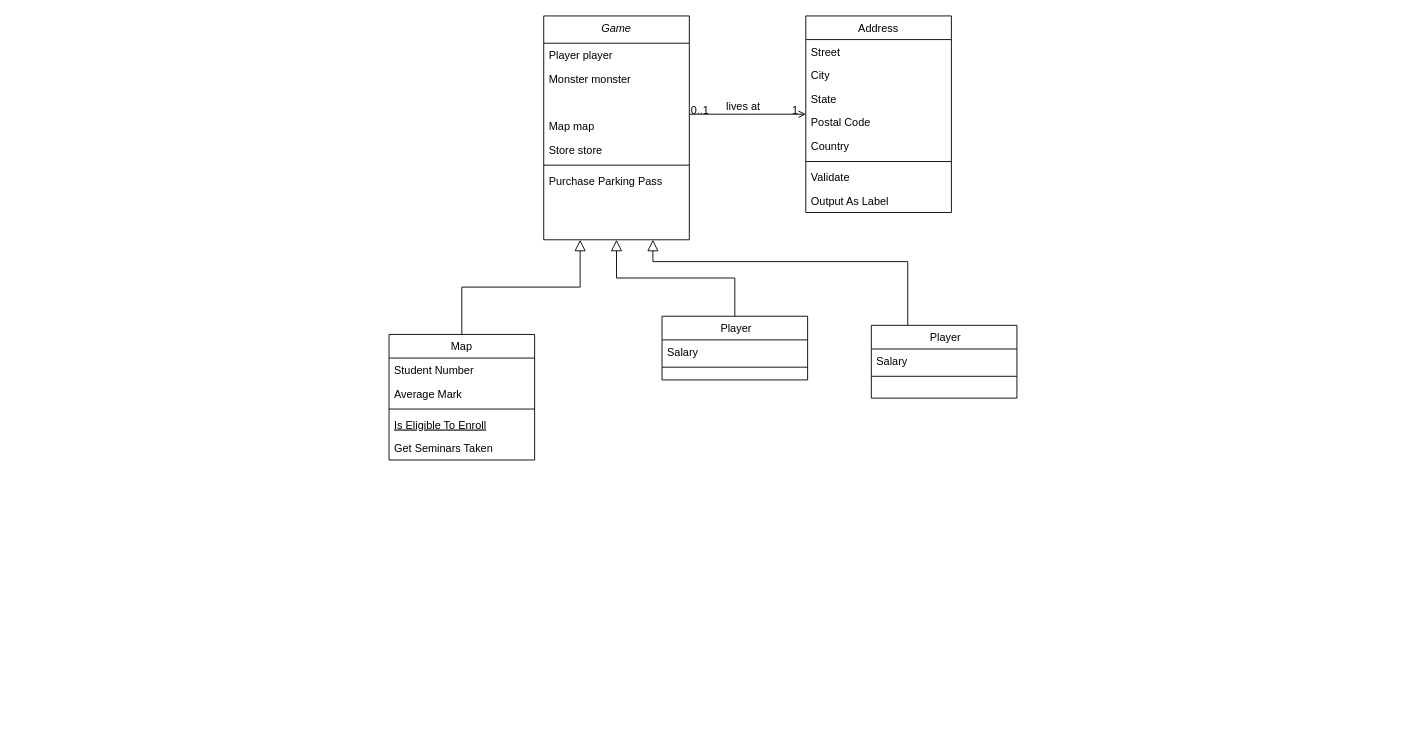
Above: 名称未設定ファイル.drawio in ns2pole/rpg_mini_game_1 (draw.io), before the change. Source tidied: cells renumbered, new cells numbered last; positions are measured from the earlier drawing's top-left corner, leaving out a move shared by most shapes. Both pictures are drawn from the tidied source at 91%, with x=0, y=0 at pixel (389, 15).
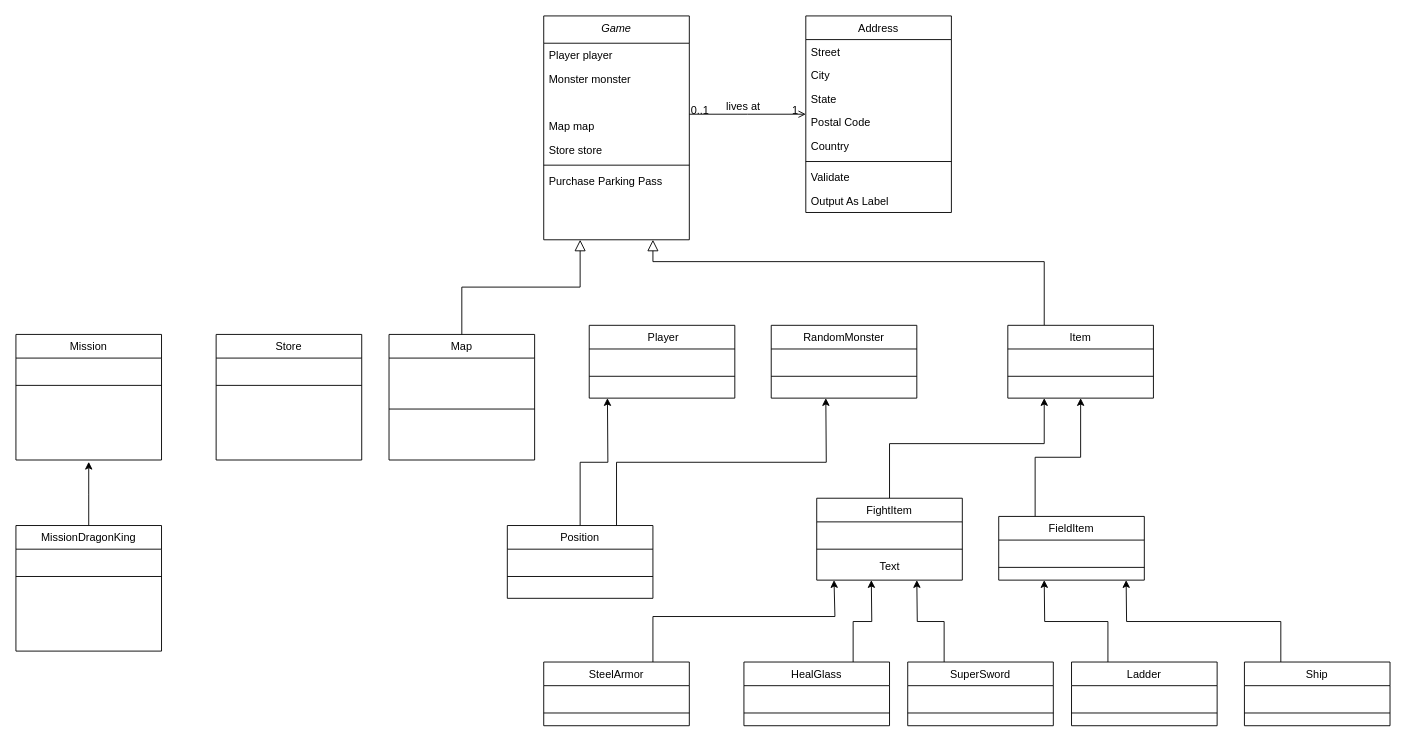
The same page after the edit.

Commit message:
名称未設定ファイル.drawio を更新します

Unchanged cells that the change refers to:
```xml
<mxCell id="2" value="Game" style="swimlane;fontStyle=2;align=center;verticalAlign=top;horizontal=1;startSize=30;rounded=0;shadow=0;strokeWidth=1;" parent="1" vertex="1">
  <mxGeometry x="170" width="160" height="246" as="geometry" />
</mxCell>
<mxCell id="10" value="Map" style="swimlane;fontStyle=0;align=center;verticalAlign=top;horizontal=1;startSize=26;rounded=0;shadow=0;strokeWidth=1;" parent="1" vertex="1">
  <mxGeometry y="350" width="160" height="138" as="geometry" />
</mxCell>
```

Diff of the diagram source:
```diff
@@
-    <mxCell id="11" value="Student Number" style="text;align=left;verticalAlign=top;spacingLeft=4;spacingRight=4;overflow=hidden;" parent="10" vertex="1">
+    <mxCell id="11" value=" " style="text;align=left;verticalAlign=top;spacingLeft=4;spacingRight=4;overflow=hidden;" parent="10" vertex="1">
       <mxGeometry y="26" width="160" height="26" as="geometry" />
     </mxCell>
-    <mxCell id="12" value="Average Mark" style="text;align=left;verticalAlign=top;spacingLeft=4;spacingRight=4;overflow=hidden;rounded=0;shadow=0;html=0;" parent="10" vertex="1">
+    <mxCell id="12" value=" " style="text;align=left;verticalAlign=top;spacingLeft=4;spacingRight=4;overflow=hidden;rounded=0;shadow=0;html=0;" parent="10" vertex="1">
       <mxGeometry y="52" width="160" height="26" as="geometry" />
     </mxCell>
@@
-    <mxCell id="14" value="Is Eligible To Enroll" style="text;align=left;verticalAlign=top;spacingLeft=4;spacingRight=4;overflow=hidden;fontStyle=4;" parent="10" vertex="1">
-      <mxGeometry y="86" width="160" height="26" as="geometry" />
-    </mxCell>
-    <mxCell id="15" value="Get Seminars Taken" style="text;align=left;verticalAlign=top;spacingLeft=4;spacingRight=4;overflow=hidden;" parent="10" vertex="1">
-      <mxGeometry y="112" width="160" height="26" as="geometry" />
+    <mxCell id="15" value=" " style="text;align=left;verticalAlign=top;spacingLeft=4;spacingRight=4;overflow=hidden;" parent="10" vertex="1">
+      <mxGeometry y="86" width="160" height="26" as="geometry" />
     </mxCell>
@@
+    <mxCell id="38" style="edgeStyle=orthogonalEdgeStyle;rounded=0;jettySize=auto;html=1;exitX=0.75;exitY=0;exitDx=0;exitDy=0;" parent="1" edge="1" source="17">
+      <mxGeometry relative="1" as="geometry">
+        <mxPoint x="480" y="420" as="targetPoint" />
+      </mxGeometry>
+    </mxCell>
+    <mxCell id="39" style="edgeStyle=orthogonalEdgeStyle;rounded=0;jettySize=auto;html=1;exitX=0.5;exitY=0;exitDx=0;exitDy=0;" parent="1" edge="1" source="17">
+      <mxGeometry relative="1" as="geometry">
+        <mxPoint x="240" y="420" as="targetPoint" />
+      </mxGeometry>
+    </mxCell>
-    <mxCell id="17" value=" Player" style="swimlane;fontStyle=0;align=center;verticalAlign=top;horizontal=1;startSize=26;rounded=0;shadow=0;strokeWidth=1;" parent="1" vertex="1">
-      <mxGeometry x="300" y="330" width="160" height="70" as="geometry" />
+    <mxCell id="17" value="Position" style="swimlane;fontStyle=0;align=center;verticalAlign=top;horizontal=1;startSize=26;rounded=0;shadow=0;strokeWidth=1;" parent="1" vertex="1">
+      <mxGeometry x="130" y="560" width="160" height="80" as="geometry" />
     </mxCell>
-    <mxCell id="18" value="Salary" style="text;align=left;verticalAlign=top;spacingLeft=4;spacingRight=4;overflow=hidden;" parent="17" vertex="1">
+    <mxCell id="18" value=" " style="text;align=left;verticalAlign=top;spacingLeft=4;spacingRight=4;overflow=hidden;" parent="17" vertex="1">
       <mxGeometry y="26" width="160" height="26" as="geometry" />
     </mxCell>
@@
-    <mxCell id="20" style="endArrow=block;endSize=10;endFill=0;shadow=0;strokeWidth=1;rounded=0;edgeStyle=elbowEdgeStyle;elbow=vertical;" parent="1" edge="1" source="17" target="2">
-      <mxGeometry relative="1" as="geometry" />
-    </mxCell>
@@
-    <mxCell id="34" style="edgeStyle=orthogonalEdgeStyle;rounded=0;jettySize=auto;html=1;exitX=0.25;exitY=0;exitDx=0;exitDy=0;entryX=0.75;entryY=1;entryDx=0;entryDy=0;endArrow=block;endFill=0;endSize=10;" parent="1" edge="1" source="35" target="2">
+    <mxCell id="34" style="edgeStyle=orthogonalEdgeStyle;rounded=0;jettySize=auto;html=1;exitX=0.25;exitY=0;exitDx=0;exitDy=0;entryX=0.75;entryY=1;entryDx=0;entryDy=0;endArrow=block;endFill=0;strokeWidth=1;endSize=10;" parent="1" edge="1" source="35" target="2">
       <mxGeometry relative="1" as="geometry">
         <Array as="points">
-          <mxPoint x="570" y="270" />
+          <mxPoint x="720" y="270" />
           <mxPoint x="290" y="270" />
         </Array>
       </mxGeometry>
     </mxCell>
-    <mxCell id="35" value=" Player" style="swimlane;fontStyle=0;align=center;verticalAlign=top;horizontal=1;startSize=26;rounded=0;shadow=0;strokeWidth=1;" parent="1" vertex="1">
-      <mxGeometry x="530" y="340" width="160" height="80" as="geometry" />
+    <mxCell id="35" value="Item" style="swimlane;fontStyle=0;align=center;verticalAlign=top;horizontal=1;startSize=26;rounded=0;shadow=0;strokeWidth=1;" parent="1" vertex="1">
+      <mxGeometry x="680" y="340" width="160" height="80" as="geometry" />
     </mxCell>
-    <mxCell id="36" value="Salary" style="text;align=left;verticalAlign=top;spacingLeft=4;spacingRight=4;overflow=hidden;" parent="35" vertex="1">
+    <mxCell id="36" value=" " style="text;align=left;verticalAlign=top;spacingLeft=4;spacingRight=4;overflow=hidden;" parent="35" vertex="1">
       <mxGeometry y="26" width="160" height="26" as="geometry" />
     </mxCell>
@@
+    <mxCell id="40" style="edgeStyle=orthogonalEdgeStyle;rounded=0;jettySize=auto;html=1;exitX=0.5;exitY=0;exitDx=0;exitDy=0;entryX=0.25;entryY=1;entryDx=0;entryDy=0;" parent="1" edge="1" source="41" target="35">
+      <mxGeometry relative="1" as="geometry">
+        <Array as="points">
+          <mxPoint x="550" y="470" />
+          <mxPoint x="720" y="470" />
+        </Array>
+      </mxGeometry>
+    </mxCell>
+    <mxCell id="41" value="FightItem" style="swimlane;fontStyle=0;align=center;verticalAlign=top;horizontal=1;startSize=26;rounded=0;shadow=0;strokeWidth=1;" parent="1" vertex="1">
+      <mxGeometry x="470" y="530" width="160" height="90" as="geometry" />
+    </mxCell>
+    <mxCell id="42" value=" " style="text;align=left;verticalAlign=top;spacingLeft=4;spacingRight=4;overflow=hidden;" parent="41" vertex="1">
+      <mxGeometry y="26" width="160" height="26" as="geometry" />
+    </mxCell>
+    <mxCell id="43" style="line;html=1;strokeWidth=1;align=left;verticalAlign=middle;spacingTop=-1;spacingLeft=3;spacingRight=3;labelPosition=right;" parent="41" vertex="1">
+      <mxGeometry y="52" width="160" height="8" as="geometry" />
+    </mxCell>
+    <mxCell id="44" value="Text" style="text;html=1;align=center;verticalAlign=middle;strokeColor=none;fillColor=none;" parent="41" vertex="1">
+      <mxGeometry y="60" width="160" height="30" as="geometry" />
+    </mxCell>
+    <mxCell id="45" style="edgeStyle=orthogonalEdgeStyle;rounded=0;jettySize=auto;html=1;exitX=0.25;exitY=0;exitDx=0;exitDy=0;entryX=0.5;entryY=1;entryDx=0;entryDy=0;" parent="1" edge="1" source="46" target="35">
+      <mxGeometry relative="1" as="geometry" />
+    </mxCell>
+    <mxCell id="46" value="FieldItem" style="swimlane;fontStyle=0;align=center;verticalAlign=top;horizontal=1;startSize=26;rounded=0;shadow=0;strokeWidth=1;" parent="1" vertex="1">
+      <mxGeometry x="670" y="550" width="160" height="70" as="geometry" />
+    </mxCell>
+    <mxCell id="47" value=" " style="text;align=left;verticalAlign=top;spacingLeft=4;spacingRight=4;overflow=hidden;" parent="46" vertex="1">
+      <mxGeometry y="26" width="160" height="26" as="geometry" />
+    </mxCell>
+    <mxCell id="48" style="line;html=1;strokeWidth=1;align=left;verticalAlign=middle;spacingTop=-1;spacingLeft=3;spacingRight=3;labelPosition=right;" parent="46" vertex="1">
+      <mxGeometry y="52" width="160" height="8" as="geometry" />
+    </mxCell>
+    <mxCell id="49" style="edgeStyle=orthogonalEdgeStyle;rounded=0;jettySize=auto;html=1;exitX=0.75;exitY=0;exitDx=0;exitDy=0;" parent="1" edge="1" source="50">
+      <mxGeometry relative="1" as="geometry">
+        <mxPoint x="530" y="620" as="targetPoint" />
+      </mxGeometry>
+    </mxCell>
+    <mxCell id="50" value="HealGlass" style="swimlane;fontStyle=0;align=center;verticalAlign=top;horizontal=1;startSize=26;rounded=0;shadow=0;strokeWidth=1;" parent="1" vertex="1">
+      <mxGeometry x="390" y="710" width="160" height="70" as="geometry" />
+    </mxCell>
+    <mxCell id="51" value=" " style="text;align=left;verticalAlign=top;spacingLeft=4;spacingRight=4;overflow=hidden;" parent="50" vertex="1">
+      <mxGeometry y="26" width="160" height="26" as="geometry" />
+    </mxCell>
+    <mxCell id="52" style="line;html=1;strokeWidth=1;align=left;verticalAlign=middle;spacingTop=-1;spacingLeft=3;spacingRight=3;labelPosition=right;" parent="50" vertex="1">
+      <mxGeometry y="52" width="160" height="8" as="geometry" />
+    </mxCell>
+    <mxCell id="53" style="edgeStyle=orthogonalEdgeStyle;rounded=0;jettySize=auto;html=1;exitX=0.75;exitY=0;exitDx=0;exitDy=0;" parent="1" edge="1" source="54">
+      <mxGeometry relative="1" as="geometry">
+        <mxPoint x="489" y="620" as="targetPoint" />
+        <Array as="points">
+          <mxPoint x="290" y="660" />
+          <mxPoint x="490" y="660" />
+          <mxPoint x="490" y="620" />
+        </Array>
+      </mxGeometry>
+    </mxCell>
+    <mxCell id="54" value="SteelArmor" style="swimlane;fontStyle=0;align=center;verticalAlign=top;horizontal=1;startSize=26;rounded=0;shadow=0;strokeWidth=1;" parent="1" vertex="1">
+      <mxGeometry x="170" y="710" width="160" height="70" as="geometry" />
+    </mxCell>
+    <mxCell id="55" value=" " style="text;align=left;verticalAlign=top;spacingLeft=4;spacingRight=4;overflow=hidden;" parent="54" vertex="1">
+      <mxGeometry y="26" width="160" height="26" as="geometry" />
+    </mxCell>
+    <mxCell id="56" style="line;html=1;strokeWidth=1;align=left;verticalAlign=middle;spacingTop=-1;spacingLeft=3;spacingRight=3;labelPosition=right;" parent="54" vertex="1">
+      <mxGeometry y="52" width="160" height="8" as="geometry" />
+    </mxCell>
+    <mxCell id="57" style="edgeStyle=orthogonalEdgeStyle;rounded=0;jettySize=auto;html=1;exitX=0.25;exitY=0;exitDx=0;exitDy=0;" parent="1" edge="1" source="58">
+      <mxGeometry relative="1" as="geometry">
+        <mxPoint x="580" y="620" as="targetPoint" />
+      </mxGeometry>
+    </mxCell>
+    <mxCell id="58" value="SuperSword" style="swimlane;fontStyle=0;align=center;verticalAlign=top;horizontal=1;startSize=26;rounded=0;shadow=0;strokeWidth=1;" parent="1" vertex="1">
+      <mxGeometry x="570" y="710" width="160" height="70" as="geometry" />
+    </mxCell>
+    <mxCell id="59" value=" " style="text;align=left;verticalAlign=top;spacingLeft=4;spacingRight=4;overflow=hidden;" parent="58" vertex="1">
+      <mxGeometry y="26" width="160" height="26" as="geometry" />
+    </mxCell>
+    <mxCell id="60" style="line;html=1;strokeWidth=1;align=left;verticalAlign=middle;spacingTop=-1;spacingLeft=3;spacingRight=3;labelPosition=right;" parent="58" vertex="1">
+      <mxGeometry y="52" width="160" height="8" as="geometry" />
+    </mxCell>
+    <mxCell id="61" style="edgeStyle=orthogonalEdgeStyle;rounded=0;jettySize=auto;html=1;exitX=0.25;exitY=0;exitDx=0;exitDy=0;" parent="1" edge="1" source="62">
+      <mxGeometry relative="1" as="geometry">
+        <mxPoint x="720" y="620" as="targetPoint" />
+      </mxGeometry>
+    </mxCell>
+    <mxCell id="62" value="Ladder" style="swimlane;fontStyle=0;align=center;verticalAlign=top;horizontal=1;startSize=26;rounded=0;shadow=0;strokeWidth=1;" parent="1" vertex="1">
+      <mxGeometry x="750" y="710" width="160" height="70" as="geometry" />
+    </mxCell>
+    <mxCell id="63" value=" " style="text;align=left;verticalAlign=top;spacingLeft=4;spacingRight=4;overflow=hidden;" parent="62" vertex="1">
+      <mxGeometry y="26" width="160" height="26" as="geometry" />
+    </mxCell>
+    <mxCell id="64" style="line;html=1;strokeWidth=1;align=left;verticalAlign=middle;spacingTop=-1;spacingLeft=3;spacingRight=3;labelPosition=right;" parent="62" vertex="1">
+      <mxGeometry y="52" width="160" height="8" as="geometry" />
+    </mxCell>
+    <mxCell id="65" style="edgeStyle=orthogonalEdgeStyle;rounded=0;jettySize=auto;html=1;exitX=0.25;exitY=0;exitDx=0;exitDy=0;" parent="1" edge="1" source="66">
+      <mxGeometry relative="1" as="geometry">
+        <mxPoint x="810" y="620" as="targetPoint" />
+      </mxGeometry>
+    </mxCell>
+    <mxCell id="66" value="Ship" style="swimlane;fontStyle=0;align=center;verticalAlign=top;horizontal=1;startSize=26;rounded=0;shadow=0;strokeWidth=1;" parent="1" vertex="1">
+      <mxGeometry x="940" y="710" width="160" height="70" as="geometry" />
+    </mxCell>
+    <mxCell id="67" value=" " style="text;align=left;verticalAlign=top;spacingLeft=4;spacingRight=4;overflow=hidden;" parent="66" vertex="1">
+      <mxGeometry y="26" width="160" height="26" as="geometry" />
+    </mxCell>
+    <mxCell id="68" style="line;html=1;strokeWidth=1;align=left;verticalAlign=middle;spacingTop=-1;spacingLeft=3;spacingRight=3;labelPosition=right;" parent="66" vertex="1">
+      <mxGeometry y="52" width="160" height="8" as="geometry" />
+    </mxCell>
+    <mxCell id="69" value="Store" style="swimlane;fontStyle=0;align=center;verticalAlign=top;horizontal=1;startSize=26;rounded=0;shadow=0;strokeWidth=1;" parent="1" vertex="1">
+      <mxGeometry x="-190" y="350" width="160" height="138" as="geometry" />
+    </mxCell>
+    <mxCell id="70" value=" " style="text;align=left;verticalAlign=top;spacingLeft=4;spacingRight=4;overflow=hidden;" parent="69" vertex="1">
+      <mxGeometry y="26" width="160" height="26" as="geometry" />
+    </mxCell>
+    <mxCell id="71" style="line;html=1;strokeWidth=1;align=left;verticalAlign=middle;spacingTop=-1;spacingLeft=3;spacingRight=3;labelPosition=right;" parent="69" vertex="1">
+      <mxGeometry y="52" width="160" height="8" as="geometry" />
+    </mxCell>
+    <mxCell id="72" value=" " style="text;align=left;verticalAlign=top;spacingLeft=4;spacingRight=4;overflow=hidden;fontStyle=4;" parent="69" vertex="1">
+      <mxGeometry y="60" width="160" height="26" as="geometry" />
+    </mxCell>
+    <mxCell id="73" value=" " style="text;align=left;verticalAlign=top;spacingLeft=4;spacingRight=4;overflow=hidden;" parent="69" vertex="1">
+      <mxGeometry y="86" width="160" height="26" as="geometry" />
+    </mxCell>
+    <mxCell id="74" value="Mission" style="swimlane;fontStyle=0;align=center;verticalAlign=top;horizontal=1;startSize=26;rounded=0;shadow=0;strokeWidth=1;" parent="1" vertex="1">
+      <mxGeometry x="-410" y="350" width="160" height="138" as="geometry" />
+    </mxCell>
+    <mxCell id="75" value=" " style="text;align=left;verticalAlign=top;spacingLeft=4;spacingRight=4;overflow=hidden;" parent="74" vertex="1">
+      <mxGeometry y="26" width="160" height="26" as="geometry" />
+    </mxCell>
+    <mxCell id="76" style="line;html=1;strokeWidth=1;align=left;verticalAlign=middle;spacingTop=-1;spacingLeft=3;spacingRight=3;labelPosition=right;" parent="74" vertex="1">
+      <mxGeometry y="52" width="160" height="8" as="geometry" />
+    </mxCell>
+    <mxCell id="77" value=" " style="text;align=left;verticalAlign=top;spacingLeft=4;spacingRight=4;overflow=hidden;fontStyle=4;" parent="74" vertex="1">
+      <mxGeometry y="60" width="160" height="26" as="geometry" />
+    </mxCell>
+    <mxCell id="78" value=" " style="text;align=left;verticalAlign=top;spacingLeft=4;spacingRight=4;overflow=hidden;" parent="74" vertex="1">
+      <mxGeometry y="86" width="160" height="26" as="geometry" />
+    </mxCell>
+    <mxCell id="79" style="edgeStyle=orthogonalEdgeStyle;rounded=0;jettySize=auto;html=1;exitX=0.5;exitY=0;exitDx=0;exitDy=0;" parent="1" edge="1" source="80">
+      <mxGeometry relative="1" as="geometry">
+        <mxPoint x="-330" y="490" as="targetPoint" />
+      </mxGeometry>
+    </mxCell>
+    <mxCell id="80" value="MissionDragonKing" style="swimlane;fontStyle=0;align=center;verticalAlign=top;horizontal=1;startSize=26;rounded=0;shadow=0;strokeWidth=1;" parent="1" vertex="1">
+      <mxGeometry x="-410" y="560" width="160" height="138" as="geometry" />
+    </mxCell>
+    <mxCell id="81" value=" " style="text;align=left;verticalAlign=top;spacingLeft=4;spacingRight=4;overflow=hidden;" parent="80" vertex="1">
+      <mxGeometry y="26" width="160" height="26" as="geometry" />
+    </mxCell>
+    <mxCell id="82" style="line;html=1;strokeWidth=1;align=left;verticalAlign=middle;spacingTop=-1;spacingLeft=3;spacingRight=3;labelPosition=right;" parent="80" vertex="1">
+      <mxGeometry y="52" width="160" height="8" as="geometry" />
+    </mxCell>
+    <mxCell id="83" value=" " style="text;align=left;verticalAlign=top;spacingLeft=4;spacingRight=4;overflow=hidden;fontStyle=4;" parent="80" vertex="1">
+      <mxGeometry y="60" width="160" height="26" as="geometry" />
+    </mxCell>
+    <mxCell id="84" value=" " style="text;align=left;verticalAlign=top;spacingLeft=4;spacingRight=4;overflow=hidden;" parent="80" vertex="1">
+      <mxGeometry y="86" width="160" height="26" as="geometry" />
+    </mxCell>
+    <mxCell id="85" value=" Player" style="swimlane;fontStyle=0;align=center;verticalAlign=top;horizontal=1;startSize=26;rounded=0;shadow=0;strokeWidth=1;" parent="1" vertex="1">
+      <mxGeometry x="220" y="340" width="160" height="80" as="geometry" />
+    </mxCell>
+    <mxCell id="86" value=" " style="text;align=left;verticalAlign=top;spacingLeft=4;spacingRight=4;overflow=hidden;" parent="85" vertex="1">
+      <mxGeometry y="26" width="160" height="26" as="geometry" />
+    </mxCell>
+    <mxCell id="87" style="line;html=1;strokeWidth=1;align=left;verticalAlign=middle;spacingTop=-1;spacingLeft=3;spacingRight=3;labelPosition=right;" parent="85" vertex="1">
+      <mxGeometry y="52" width="160" height="8" as="geometry" />
+    </mxCell>
+    <mxCell id="88" value="RandomMonster" style="swimlane;fontStyle=0;align=center;verticalAlign=top;horizontal=1;startSize=26;rounded=0;shadow=0;strokeWidth=1;" parent="1" vertex="1">
+      <mxGeometry x="420" y="340" width="160" height="80" as="geometry" />
+    </mxCell>
+    <mxCell id="89" value=" " style="text;align=left;verticalAlign=top;spacingLeft=4;spacingRight=4;overflow=hidden;" parent="88" vertex="1">
+      <mxGeometry y="26" width="160" height="26" as="geometry" />
+    </mxCell>
+    <mxCell id="90" style="line;html=1;strokeWidth=1;align=left;verticalAlign=middle;spacingTop=-1;spacingLeft=3;spacingRight=3;labelPosition=right;" parent="88" vertex="1">
+      <mxGeometry y="52" width="160" height="8" as="geometry" />
+    </mxCell>
```
